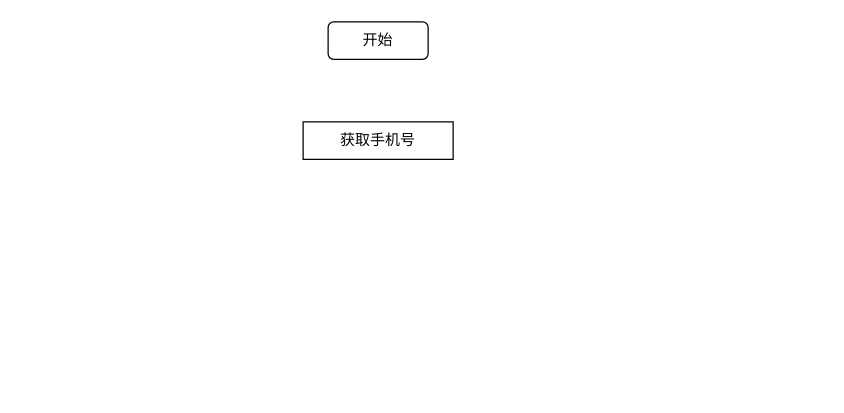
Before: DrawIO_file/流程图/AES加密流程图.drawio in DingDongZz/typera_PicGO, a draw.io diagram. Source tidied: cells renumbered, new cells numbered last; positions are measured from the earlier drawing's top-left corner, leaving out a move shared by most shapes. Both pictures are drawn from the tidied source at 125%, with x=0, y=0 at pixel (302, 21).
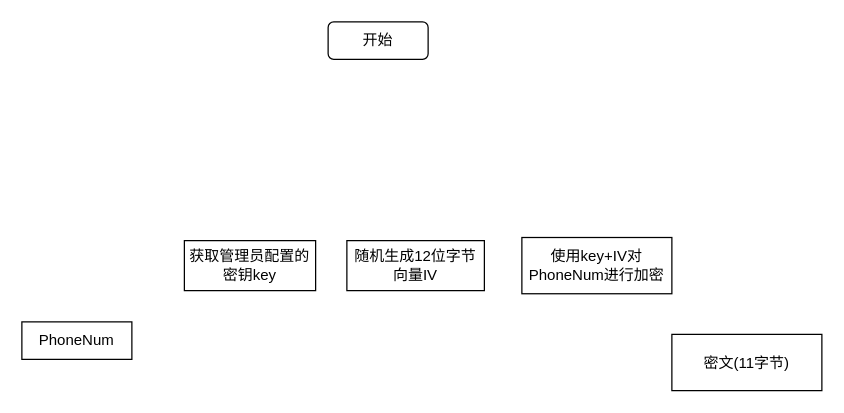
The same page after the edit.

Commit message (it also covers changes not shown here):
更新AES加密流程图.drawio

Diff of the diagram source:
```diff
@@
 <mxGraphModel>
   <root>
     <mxCell id="0" />
     <mxCell id="1" parent="0" />
     <mxCell id="2" value="开始" style="rounded=1;whiteSpace=wrap;html=1;" parent="1" vertex="1">
       <mxGeometry x="20" width="80" height="30" as="geometry" />
     </mxCell>
-    <mxCell id="3" value="获取手机号" style="rounded=0;whiteSpace=wrap;html=1;" parent="1" vertex="1">
-      <mxGeometry y="80" width="120" height="30" as="geometry" />
+    <mxCell id="3" value="PhoneNum" style="rounded=0;whiteSpace=wrap;html=1;" parent="1" vertex="1">
+      <mxGeometry x="-225" y="240" width="88" height="30" as="geometry" />
     </mxCell>
+    <mxCell id="4" value="获取管理员配置的密钥key" style="rounded=0;whiteSpace=wrap;html=1;" parent="1" vertex="1">
+      <mxGeometry x="-95" y="175" width="105" height="40" as="geometry" />
+    </mxCell>
+    <mxCell id="5" value="随机生成12位字节向量IV" style="rounded=0;whiteSpace=wrap;html=1;" parent="1" vertex="1">
+      <mxGeometry x="35" y="175" width="110" height="40" as="geometry" />
+    </mxCell>
+    <mxCell id="6" value="使用key+IV对PhoneNum进行加密" style="rounded=0;whiteSpace=wrap;html=1;" parent="1" vertex="1">
+      <mxGeometry x="175" y="172.5" width="120" height="45" as="geometry" />
+    </mxCell>
+    <mxCell id="7" value="密文(11字节)" style="rounded=0;whiteSpace=wrap;html=1;" parent="1" vertex="1">
+      <mxGeometry x="295" y="250" width="120" height="45" as="geometry" />
+    </mxCell>
   </root>
 </mxGraphModel>
```
